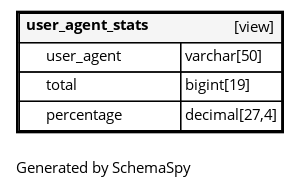
Earlier version of the Graphviz export diagrams/tables/user_agent_stats.1degree.png (FAForever/db). Its source is kept beside it as diagrams/tables/user_agent_stats.1degree.dot.
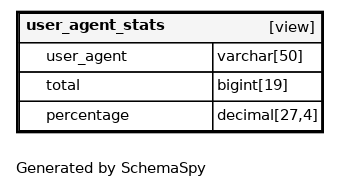
After the change.

Diff of the diagram source:
```diff
@@ -1,12 +1,12 @@
 digraph "oneDegreeRelationshipsDiagram" {
-  graph [    rankdir="RL"    bgcolor="#ffffff"    label="\nGenerated by SchemaSpy"    labeljust="l"    nodesep="0.18"    ranksep="0.46"    fontname="Helvetica"    fontsize="11"    ration="compress"  ];  node [    fontname="Helvetica"    fontsize="11"    shape="plaintext"  ];  edge [    arrowsize="0.8"  ];
+  graph [    rankdir="RL"    bgcolor="#ffffff"    label="\nGenerated by SchemaSpy"    labeljust="l"    nodesep="0.18"    ranksep="0.46"    fontname="Helvetica"    fontsize="11"    packmode="graph"  ];  node [    fontname="Helvetica"    fontsize="11"    shape="plaintext"  ];  edge [    arrowsize="0.8"  ];
   "user_agent_stats" [
    label=<
     <TABLE BORDER="2" CELLBORDER="1" CELLSPACING="0" BGCOLOR="#ffffff">
-      <TR><TD COLSPAN="4"  BGCOLOR="#f5f5f5"><TABLE BORDER="0" CELLSPACING="0"><TR><TD ALIGN="LEFT" FIXEDSIZE="TRUE" WIDTH="100" HEIGHT="16"><B>user_agent_stats</B></TD><TD ALIGN="RIGHT">[view]</TD></TR></TABLE></TD></TR>
-      <TR><TD PORT="user_agent" COLSPAN="2" ALIGN="LEFT"><TABLE BORDER="0" CELLSPACING="0" ALIGN="LEFT"><TR ALIGN="LEFT"><TD ALIGN="LEFT" FIXEDSIZE="TRUE" WIDTH="15" HEIGHT="16"></TD><TD ALIGN="LEFT" FIXEDSIZE="TRUE" WIDTH="100" HEIGHT="16">user_agent</TD></TR></TABLE></TD><TD PORT="user_agent.type" ALIGN="LEFT">varchar[50]</TD></TR>
-      <TR><TD PORT="total" COLSPAN="2" ALIGN="LEFT"><TABLE BORDER="0" CELLSPACING="0" ALIGN="LEFT"><TR ALIGN="LEFT"><TD ALIGN="LEFT" FIXEDSIZE="TRUE" WIDTH="15" HEIGHT="16"></TD><TD ALIGN="LEFT" FIXEDSIZE="TRUE" WIDTH="100" HEIGHT="16">total</TD></TR></TABLE></TD><TD PORT="total.type" ALIGN="LEFT">bigint[19]</TD></TR>
-      <TR><TD PORT="percentage" COLSPAN="2" ALIGN="LEFT"><TABLE BORDER="0" CELLSPACING="0" ALIGN="LEFT"><TR ALIGN="LEFT"><TD ALIGN="LEFT" FIXEDSIZE="TRUE" WIDTH="15" HEIGHT="16"></TD><TD ALIGN="LEFT" FIXEDSIZE="TRUE" WIDTH="100" HEIGHT="16">percentage</TD></TR></TABLE></TD><TD PORT="percentage.type" ALIGN="LEFT">decimal[27,4]</TD></TR>
+      <TR><TD COLSPAN="4"  BGCOLOR="#f5f5f5"><TABLE BORDER="0" CELLSPACING="0"><TR><TD ALIGN="LEFT" FIXEDSIZE="TRUE" WIDTH="124" HEIGHT="16"><B>user_agent_stats</B></TD><TD ALIGN="RIGHT">[view]</TD></TR></TABLE></TD></TR>
+      <TR><TD PORT="user_agent" COLSPAN="2" ALIGN="LEFT"><TABLE BORDER="0" CELLSPACING="0" ALIGN="LEFT"><TR ALIGN="LEFT"><TD ALIGN="LEFT" FIXEDSIZE="TRUE" WIDTH="15" HEIGHT="16"></TD><TD ALIGN="LEFT" FIXEDSIZE="TRUE" WIDTH="124" HEIGHT="16">user_agent</TD></TR></TABLE></TD><TD PORT="user_agent.type" ALIGN="LEFT">varchar[50]</TD></TR>
+      <TR><TD PORT="total" COLSPAN="2" ALIGN="LEFT"><TABLE BORDER="0" CELLSPACING="0" ALIGN="LEFT"><TR ALIGN="LEFT"><TD ALIGN="LEFT" FIXEDSIZE="TRUE" WIDTH="15" HEIGHT="16"></TD><TD ALIGN="LEFT" FIXEDSIZE="TRUE" WIDTH="124" HEIGHT="16">total</TD></TR></TABLE></TD><TD PORT="total.type" ALIGN="LEFT">bigint[19]</TD></TR>
+      <TR><TD PORT="percentage" COLSPAN="2" ALIGN="LEFT"><TABLE BORDER="0" CELLSPACING="0" ALIGN="LEFT"><TR ALIGN="LEFT"><TD ALIGN="LEFT" FIXEDSIZE="TRUE" WIDTH="15" HEIGHT="16"></TD><TD ALIGN="LEFT" FIXEDSIZE="TRUE" WIDTH="124" HEIGHT="16">percentage</TD></TR></TABLE></TD><TD PORT="percentage.type" ALIGN="LEFT">decimal[27,4]</TD></TR>
     </TABLE>>
     URL="user_agent_stats.html"
     target="_top"
```
